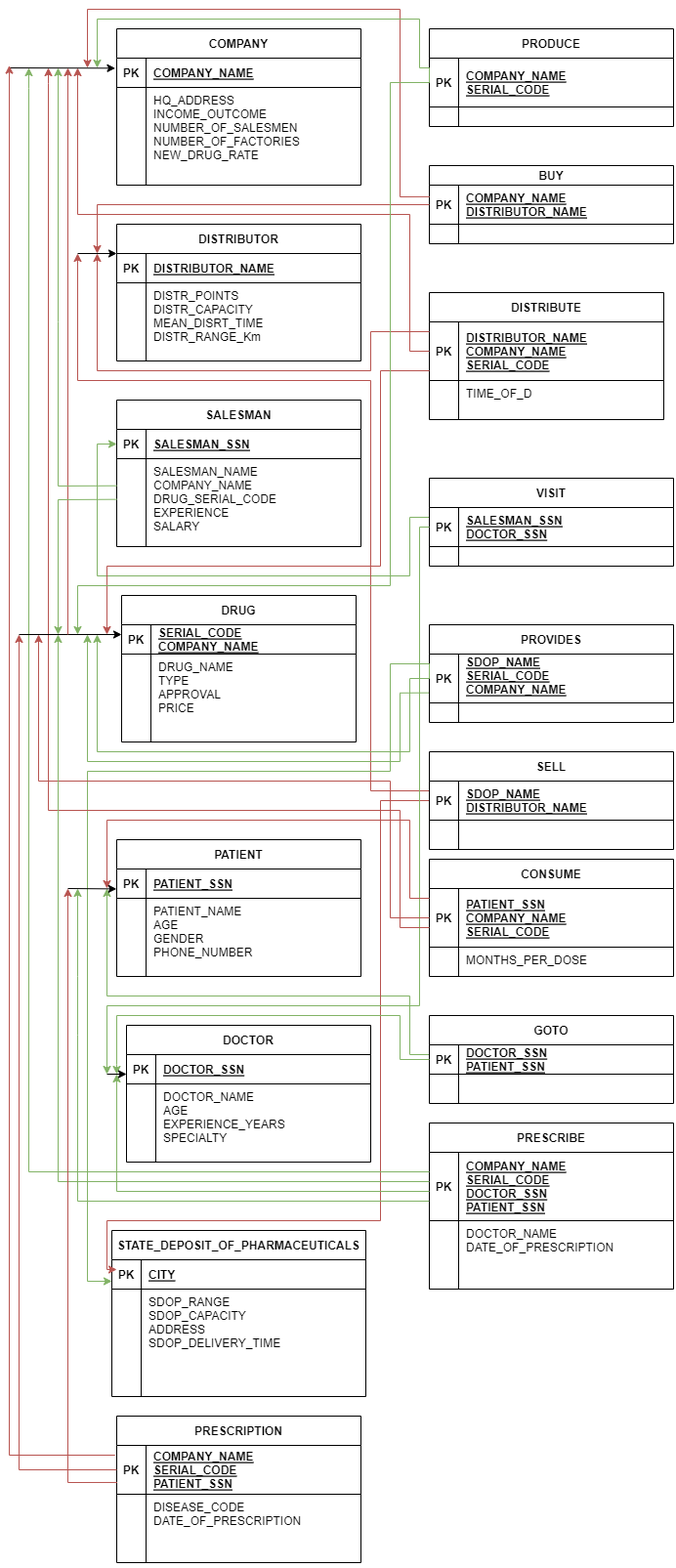
Above: diagram_v3.drawio.png in PavlosTzitzos/database-project (draw.io), before the change. Source tidied: cells renumbered, new cells last; positions are measured from the earlier drawing's top-left corner, leaving out a move shared by most shapes.
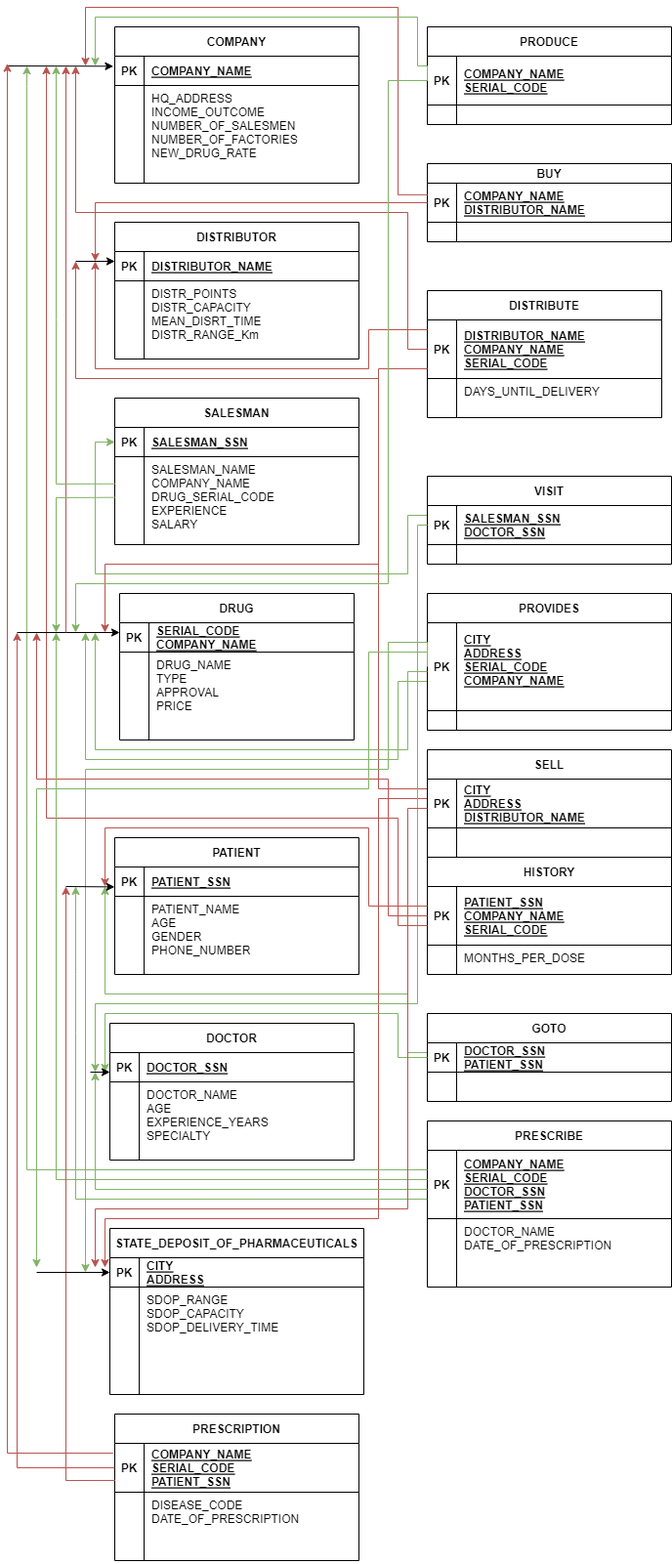
The same file after the commit.

What changed in the source:
```diff
@@ -20,7 +20,7 @@
     <mxCell id="7" style="shape=partialRectangle;overflow=hidden;fillColor=none;top=0;left=0;bottom=0;right=0;" parent="6" vertex="1">
       <mxGeometry width="30" height="40" as="geometry" />
     </mxCell>
-    <mxCell id="8" value="TIME_OF_D" style="shape=partialRectangle;overflow=hidden;fillColor=none;top=0;left=0;bottom=0;right=0;align=left;spacingLeft=6;verticalAlign=top;" parent="6" vertex="1">
+    <mxCell id="8" value="DAYS_UNTIL_DELIVERY" style="shape=partialRectangle;overflow=hidden;fillColor=none;top=0;left=0;bottom=0;right=0;align=left;spacingLeft=6;verticalAlign=top;" parent="6" vertex="1">
       <mxGeometry x="30" width="210" height="40" as="geometry" />
     </mxCell>
     <mxCell id="9" value="DISTRIBUTOR" style="shape=table;startSize=30;rowLines=0;fontStyle=1;align=center;" parent="1" vertex="1">
@@ -129,7 +129,7 @@
       <mxGeometry x="30" width="220" height="80" as="geometry" />
     </mxCell>
     <mxCell id="44" value="DOCTOR" style="shape=table;startSize=30;rowLines=0;fontStyle=1;align=center;" parent="1" vertex="1">
-      <mxGeometry x="120" y="1040" width="250" height="140" as="geometry" />
+      <mxGeometry x="105" y="1040" width="250" height="140" as="geometry" />
     </mxCell>
     <mxCell id="45" style="shape=partialRectangle;fillColor=none;top=0;left=0;right=0;bottom=1;" parent="44" vertex="1">
       <mxGeometry y="30" width="250" height="30" as="geometry" />
@@ -158,7 +158,7 @@
     <mxCell id="53" value="PK" style="shape=partialRectangle;overflow=hidden;fillColor=none;top=0;left=0;bottom=0;right=0;fontStyle=1;" parent="52" vertex="1">
       <mxGeometry width="30" height="30" as="geometry" />
     </mxCell>
-    <mxCell id="54" value="CITY" style="shape=partialRectangle;overflow=hidden;fillColor=none;top=0;left=0;bottom=0;right=0;align=left;spacingLeft=6;fontStyle=5;" parent="52" vertex="1">
+    <mxCell id="54" value="CITY&#10;ADDRESS&#10;" style="shape=partialRectangle;overflow=hidden;fillColor=none;top=0;left=0;bottom=0;right=0;align=left;spacingLeft=6;fontStyle=5;" parent="52" vertex="1">
       <mxGeometry x="30" width="230" height="30" as="geometry" />
     </mxCell>
     <mxCell id="55" style="shape=partialRectangle;fillColor=none;top=0;left=0;right=0;bottom=0;" parent="51" vertex="1">
@@ -167,10 +167,10 @@
     <mxCell id="56" style="shape=partialRectangle;overflow=hidden;fillColor=none;top=0;left=0;bottom=0;right=0;" parent="55" vertex="1">
       <mxGeometry width="30" height="110" as="geometry" />
     </mxCell>
-    <mxCell id="57" value="SDOP_RANGE&#10;SDOP_CAPACITY&#10;ADDRESS&#10;SDOP_DELIVERY_TIME" style="shape=partialRectangle;overflow=hidden;fillColor=none;top=0;left=0;bottom=0;right=0;align=left;spacingLeft=6;verticalAlign=top;" parent="55" vertex="1">
+    <mxCell id="57" value="SDOP_RANGE&#10;SDOP_CAPACITY&#10;SDOP_DELIVERY_TIME" style="shape=partialRectangle;overflow=hidden;fillColor=none;top=0;left=0;bottom=0;right=0;align=left;spacingLeft=6;verticalAlign=top;" parent="55" vertex="1">
       <mxGeometry x="30" width="230" height="110" as="geometry" />
     </mxCell>
-    <mxCell id="58" value="CONSUME" style="shape=table;startSize=30;rowLines=0;fontStyle=1;align=center;" parent="1" vertex="1">
+    <mxCell id="58" value="HISTORY" style="shape=table;startSize=30;rowLines=0;fontStyle=1;align=center;" parent="1" vertex="1">
       <mxGeometry x="430" y="870" width="250" height="120" as="geometry" />
     </mxCell>
     <mxCell id="59" style="shape=partialRectangle;fillColor=none;points=[[0,0.5],[1,0.5]];portConstraint=eastwest;top=0;left=0;right=0;bottom=1;" parent="58" vertex="1">
@@ -320,7 +320,7 @@
     </mxCell>
     <mxCell id="102" style="edgeStyle=orthogonalEdgeStyle;rounded=0;jettySize=auto;html=1;exitX=0;exitY=0.5;exitDx=0;exitDy=0;fillColor=#f8cecc;strokeColor=#b85450;" parent="1" edge="1" source="104">
       <mxGeometry relative="1" as="geometry">
-        <mxPoint x="110" y="1290" as="targetPoint" />
+        <mxPoint x="100" y="1290" as="targetPoint" />
         <Array as="points">
           <mxPoint x="380" y="810" />
           <mxPoint x="380" y="1240" />
@@ -331,28 +331,28 @@
     </mxCell>
     <mxCell id="103" style="edgeStyle=orthogonalEdgeStyle;rounded=0;jettySize=auto;html=1;fillColor=#f8cecc;strokeColor=#b85450;" parent="1" edge="1" source="104">
       <mxGeometry relative="1" as="geometry">
-        <mxPoint x="70" y="250" as="targetPoint" />
+        <mxPoint x="70" y="260" as="targetPoint" />
         <Array as="points">
-          <mxPoint x="370" y="800" />
-          <mxPoint x="370" y="380" />
+          <mxPoint x="380" y="800" />
+          <mxPoint x="380" y="380" />
           <mxPoint x="70" y="380" />
         </Array>
       </mxGeometry>
     </mxCell>
     <mxCell id="104" value="SELL" style="shape=table;startSize=30;rowLines=0;fontStyle=1;align=center;" parent="1" vertex="1">
-      <mxGeometry x="430" y="760" width="250" height="100" as="geometry" />
+      <mxGeometry x="430" y="760" width="250" height="110" as="geometry" />
     </mxCell>
     <mxCell id="105" style="shape=partialRectangle;fillColor=none;top=0;left=0;right=0;bottom=1;" parent="104" vertex="1">
-      <mxGeometry y="30" width="250" height="40" as="geometry" />
+      <mxGeometry y="30" width="250" height="50" as="geometry" />
     </mxCell>
     <mxCell id="106" value="PK" style="shape=partialRectangle;overflow=hidden;fillColor=none;top=0;left=0;bottom=0;right=0;fontStyle=1;" parent="105" vertex="1">
-      <mxGeometry width="30" height="40" as="geometry" />
+      <mxGeometry width="30" height="50" as="geometry" />
     </mxCell>
-    <mxCell id="107" value="SDOP_NAME&#10;DISTRIBUTOR_NAME" style="shape=partialRectangle;overflow=hidden;fillColor=none;top=0;left=0;bottom=0;right=0;align=left;spacingLeft=6;fontStyle=5;" parent="105" vertex="1">
-      <mxGeometry x="30" width="220" height="40" as="geometry" />
+    <mxCell id="107" value="CITY&#10;ADDRESS&#10;DISTRIBUTOR_NAME" style="shape=partialRectangle;overflow=hidden;fillColor=none;top=0;left=0;bottom=0;right=0;align=left;spacingLeft=6;fontStyle=5;" parent="105" vertex="1">
+      <mxGeometry x="30" width="220" height="50" as="geometry" />
     </mxCell>
     <mxCell id="108" style="shape=partialRectangle;fillColor=none;top=0;left=0;right=0;bottom=0;" parent="104" vertex="1">
-      <mxGeometry y="70" width="250" height="30" as="geometry" />
+      <mxGeometry y="80" width="250" height="30" as="geometry" />
     </mxCell>
     <mxCell id="109" style="shape=partialRectangle;overflow=hidden;fillColor=none;top=0;left=0;bottom=0;right=0;" parent="108" vertex="1">
       <mxGeometry width="30" height="30" as="geometry" />
@@ -364,26 +364,27 @@
       <mxGeometry relative="1" as="geometry">
         <mxPoint x="80" y="640" as="targetPoint" />
         <Array as="points">
-          <mxPoint x="400" y="700" />
+          <mxPoint x="430" y="690" />
+          <mxPoint x="400" y="690" />
           <mxPoint x="400" y="770" />
           <mxPoint x="80" y="770" />
         </Array>
       </mxGeometry>
     </mxCell>
     <mxCell id="112" value="PROVIDES" style="shape=table;startSize=30;rowLines=0;fontStyle=1;align=center;" parent="1" vertex="1">
-      <mxGeometry x="430" y="630" width="250" height="100" as="geometry" />
+      <mxGeometry x="430" y="600" width="250" height="140" as="geometry" />
     </mxCell>
     <mxCell id="113" style="shape=partialRectangle;fillColor=none;points=[[0,0.5],[1,0.5]];portConstraint=eastwest;top=0;left=0;right=0;bottom=1;" parent="112" vertex="1">
-      <mxGeometry y="30" width="250" height="50" as="geometry" />
+      <mxGeometry y="30" width="250" height="90" as="geometry" />
     </mxCell>
     <mxCell id="114" value="PK" style="shape=partialRectangle;overflow=hidden;fillColor=none;top=0;left=0;bottom=0;right=0;fontStyle=1;" parent="113" vertex="1">
-      <mxGeometry width="30" height="50" as="geometry" />
+      <mxGeometry width="30" height="90" as="geometry" />
     </mxCell>
-    <mxCell id="115" value="SDOP_NAME&#10;SERIAL_CODE&#10;COMPANY_NAME&#10;" style="shape=partialRectangle;overflow=hidden;fillColor=none;top=0;left=0;bottom=0;right=0;align=left;spacingLeft=6;fontStyle=5;" parent="113" vertex="1">
-      <mxGeometry x="30" width="220" height="50" as="geometry" />
+    <mxCell id="115" value="CITY&#10;ADDRESS&#10;SERIAL_CODE&#10;COMPANY_NAME&#10;" style="shape=partialRectangle;overflow=hidden;fillColor=none;top=0;left=0;bottom=0;right=0;align=left;spacingLeft=6;fontStyle=5;" parent="113" vertex="1">
+      <mxGeometry x="30" width="220" height="90" as="geometry" />
     </mxCell>
     <mxCell id="116" style="shape=partialRectangle;fillColor=none;top=0;left=0;right=0;bottom=0;" parent="112" vertex="1">
-      <mxGeometry y="80" width="250" height="20" as="geometry" />
+      <mxGeometry y="120" width="250" height="20" as="geometry" />
     </mxCell>
     <mxCell id="117" style="shape=partialRectangle;overflow=hidden;fillColor=none;top=0;left=0;bottom=0;right=0;" parent="116" vertex="1">
       <mxGeometry width="30" height="20" as="geometry" />
@@ -414,7 +415,7 @@
     </mxCell>
     <mxCell id="126" style="edgeStyle=orthogonalEdgeStyle;rounded=0;jettySize=auto;html=1;exitX=0;exitY=0.5;exitDx=0;exitDy=0;fillColor=#f8cecc;strokeColor=#b85450;" parent="1" edge="1" source="120">
       <mxGeometry relative="1" as="geometry">
-        <mxPoint x="90" y="250" as="targetPoint" />
+        <mxPoint x="90" y="260" as="targetPoint" />
         <Array as="points">
           <mxPoint x="90" y="200" />
         </Array>
@@ -423,7 +424,7 @@
     <mxCell id="127" style="edgeStyle=orthogonalEdgeStyle;rounded=0;orthogonalLoop=1;jettySize=auto;html=1;fillColor=#f8cecc;strokeColor=#b85450;" parent="1" edge="1">
       <mxGeometry relative="1" as="geometry">
         <mxPoint x="430" y="330" as="sourcePoint" />
-        <mxPoint x="90" y="250" as="targetPoint" />
+        <mxPoint x="90" y="260" as="targetPoint" />
         <Array as="points">
           <mxPoint x="430" y="330" />
           <mxPoint x="370" y="330" />
@@ -489,25 +490,23 @@
     </mxCell>
     <mxCell id="133" style="edgeStyle=orthogonalEdgeStyle;rounded=0;jettySize=auto;html=1;exitX=0;exitY=0.5;exitDx=0;exitDy=0;fillColor=#d5e8d4;strokeColor=#82b366;" parent="1" edge="1" source="81">
       <mxGeometry relative="1" as="geometry">
-        <mxPoint x="100" y="1090" as="targetPoint" />
+        <mxPoint x="90" y="1090" as="targetPoint" />
         <Array as="points">
-          <mxPoint x="430" y="530" />
           <mxPoint x="420" y="530" />
           <mxPoint x="420" y="1020" />
-          <mxPoint x="100" y="1020" />
-          <mxPoint x="100" y="1090" />
+          <mxPoint x="90" y="1020" />
+          <mxPoint x="90" y="1090" />
         </Array>
       </mxGeometry>
     </mxCell>
-    <mxCell id="134" style="edgeStyle=orthogonalEdgeStyle;rounded=0;jettySize=auto;html=1;exitX=0;exitY=0.5;exitDx=0;exitDy=0;entryX=0.006;entryY=0.726;entryDx=0;entryDy=0;fillColor=#d5e8d4;strokeColor=#82b366;entryPerimeter=0;" parent="1" edge="1" source="113" target="52">
+    <mxCell id="134" style="edgeStyle=orthogonalEdgeStyle;rounded=0;jettySize=auto;html=1;exitX=0;exitY=0.5;exitDx=0;exitDy=0;fillColor=#d5e8d4;strokeColor=#82b366;" parent="1" edge="1" source="113">
       <mxGeometry relative="1" as="geometry">
+        <mxPoint x="80" y="1295" as="targetPoint" />
         <Array as="points">
-          <mxPoint x="430" y="670" />
-          <mxPoint x="390" y="670" />
+          <mxPoint x="430" y="650" />
+          <mxPoint x="390" y="650" />
           <mxPoint x="390" y="780" />
           <mxPoint x="80" y="780" />
-          <mxPoint x="80" y="1302" />
-          <mxPoint x="105" y="1302" />
         </Array>
       </mxGeometry>
     </mxCell>
@@ -515,7 +514,7 @@
       <mxGeometry relative="1" as="geometry">
         <mxPoint x="90" y="640" as="targetPoint" />
         <Array as="points">
-          <mxPoint x="410" y="685" />
+          <mxPoint x="410" y="680" />
           <mxPoint x="410" y="760" />
           <mxPoint x="90" y="760" />
         </Array>
@@ -525,10 +524,9 @@
       <mxGeometry relative="1" as="geometry">
         <mxPoint x="100" y="900" as="targetPoint" />
         <Array as="points">
-          <mxPoint x="410" y="910" />
-          <mxPoint x="410" y="830" />
-          <mxPoint x="100" y="830" />
-          <mxPoint x="100" y="900" />
+          <mxPoint x="370" y="920" />
+          <mxPoint x="370" y="840" />
+          <mxPoint x="100" y="840" />
         </Array>
       </mxGeometry>
     </mxCell>
@@ -537,9 +535,8 @@
         <mxPoint x="40" y="60" as="targetPoint" />
         <Array as="points">
           <mxPoint x="400" y="940" />
-          <mxPoint x="400" y="820" />
-          <mxPoint x="40" y="820" />
-          <mxPoint x="40" y="76" />
+          <mxPoint x="400" y="830" />
+          <mxPoint x="40" y="830" />
         </Array>
       </mxGeometry>
     </mxCell>
@@ -555,12 +552,11 @@
     </mxCell>
     <mxCell id="139" style="edgeStyle=orthogonalEdgeStyle;rounded=0;jettySize=auto;html=1;fillColor=#d5e8d4;strokeColor=#82b366;" parent="1" edge="1" source="89">
       <mxGeometry relative="1" as="geometry">
-        <mxPoint x="110" y="1090" as="targetPoint" />
+        <mxPoint x="100" y="1090" as="targetPoint" />
         <Array as="points">
           <mxPoint x="400" y="1075" />
           <mxPoint x="400" y="1030" />
-          <mxPoint x="110" y="1030" />
-          <mxPoint x="110" y="1080" />
+          <mxPoint x="100" y="1030" />
         </Array>
       </mxGeometry>
     </mxCell>
@@ -583,9 +579,10 @@
     </mxCell>
     <mxCell id="142" style="edgeStyle=orthogonalEdgeStyle;rounded=0;jettySize=auto;html=1;fillColor=#d5e8d4;strokeColor=#82b366;" parent="1" edge="1" source="96">
       <mxGeometry relative="1" as="geometry">
-        <mxPoint x="110" y="1090" as="targetPoint" />
+        <mxPoint x="90" y="1090" as="targetPoint" />
         <Array as="points">
-          <mxPoint x="110" y="1210" />
+          <mxPoint x="90" y="1210" />
+          <mxPoint x="90" y="1090" />
         </Array>
       </mxGeometry>
     </mxCell>
@@ -596,8 +593,8 @@
     </mxCell>
     <mxCell id="144" style="endArrow=classic;html=1;rounded=0;" parent="1" edge="1">
       <mxGeometry relative="1" as="geometry">
-        <mxPoint x="70" y="250" as="sourcePoint" />
-        <mxPoint x="110" y="250" as="targetPoint" />
+        <mxPoint x="70" y="260" as="sourcePoint" />
+        <mxPoint x="110" y="260" as="targetPoint" />
       </mxGeometry>
     </mxCell>
     <mxCell id="145" style="endArrow=classic;html=1;rounded=0;" parent="1" edge="1">
@@ -608,8 +605,8 @@
     </mxCell>
     <mxCell id="146" style="endArrow=classic;html=1;rounded=0;" parent="1" edge="1">
       <mxGeometry relative="1" as="geometry">
-        <mxPoint x="100" y="1090" as="sourcePoint" />
-        <mxPoint x="120" y="1090" as="targetPoint" />
+        <mxPoint x="85" y="1090" as="sourcePoint" />
+        <mxPoint x="105" y="1090" as="targetPoint" />
       </mxGeometry>
     </mxCell>
     <mxCell id="147" style="endArrow=classic;html=1;rounded=0;fillColor=#33FF33;strokeColor=#B85450;" parent="1" edge="1">
@@ -676,5 +673,33 @@
         </Array>
       </mxGeometry>
     </mxCell>
+    <mxCell id="155" style="endArrow=classic;html=1;rounded=0;strokeColor=#B85450;" parent="1" edge="1">
+      <mxGeometry relative="1" as="geometry">
+        <mxPoint x="430" y="820" as="sourcePoint" />
+        <mxPoint x="90" y="1290" as="targetPoint" />
+        <Array as="points">
+          <mxPoint x="410" y="820" />
+          <mxPoint x="410" y="1230" />
+          <mxPoint x="90" y="1230" />
+          <mxPoint x="90" y="1290" />
+        </Array>
+      </mxGeometry>
+    </mxCell>
+    <mxCell id="156" style="endArrow=classic;html=1;rounded=0;entryX=0;entryY=0.5;entryDx=0;entryDy=0;" parent="1" edge="1" target="52">
+      <mxGeometry relative="1" as="geometry">
+        <mxPoint x="30" y="1295" as="sourcePoint" />
+      </mxGeometry>
+    </mxCell>
+    <mxCell id="157" style="endArrow=classic;html=1;rounded=0;strokeColor=#82B366;" parent="1" edge="1">
+      <mxGeometry relative="1" as="geometry">
+        <mxPoint x="430" y="660" as="sourcePoint" />
+        <mxPoint x="30" y="1290" as="targetPoint" />
+        <Array as="points">
+          <mxPoint x="370" y="660" />
+          <mxPoint x="370" y="800" />
+          <mxPoint x="30" y="800" />
+        </Array>
+      </mxGeometry>
+    </mxCell>
   </root>
 </mxGraphModel>
```
